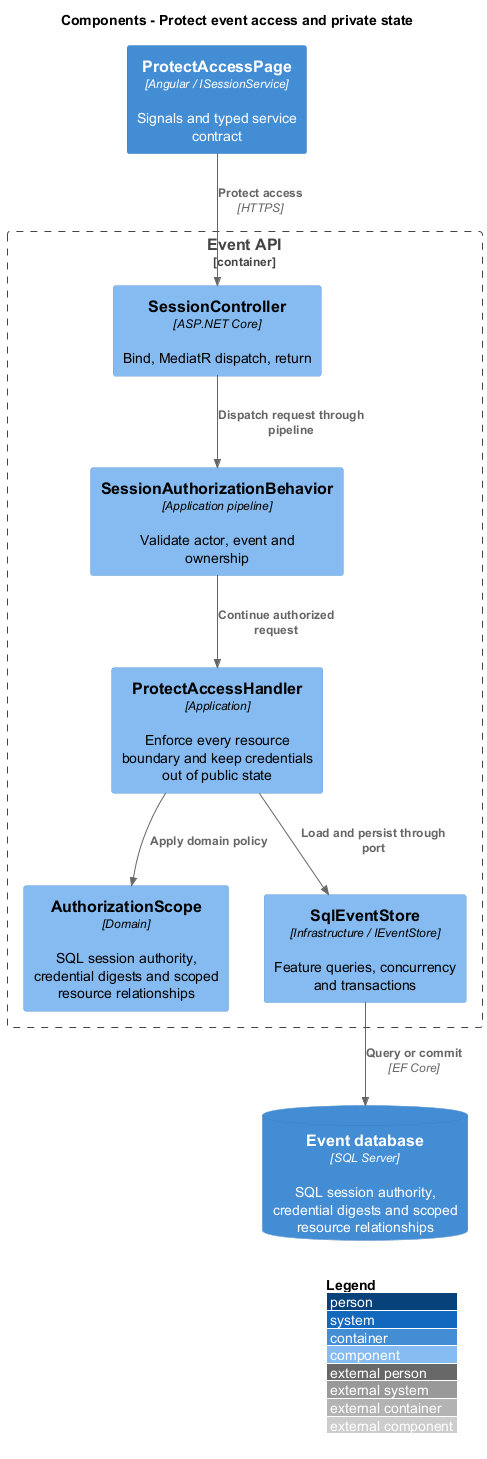
This is docs/detailed-designs/platform-security/protect-access/diagrams/c4-component.png from QuinntyneBrown/faithtech-toronto-ai-build-event, a PlantUML export, as it was before one commit.
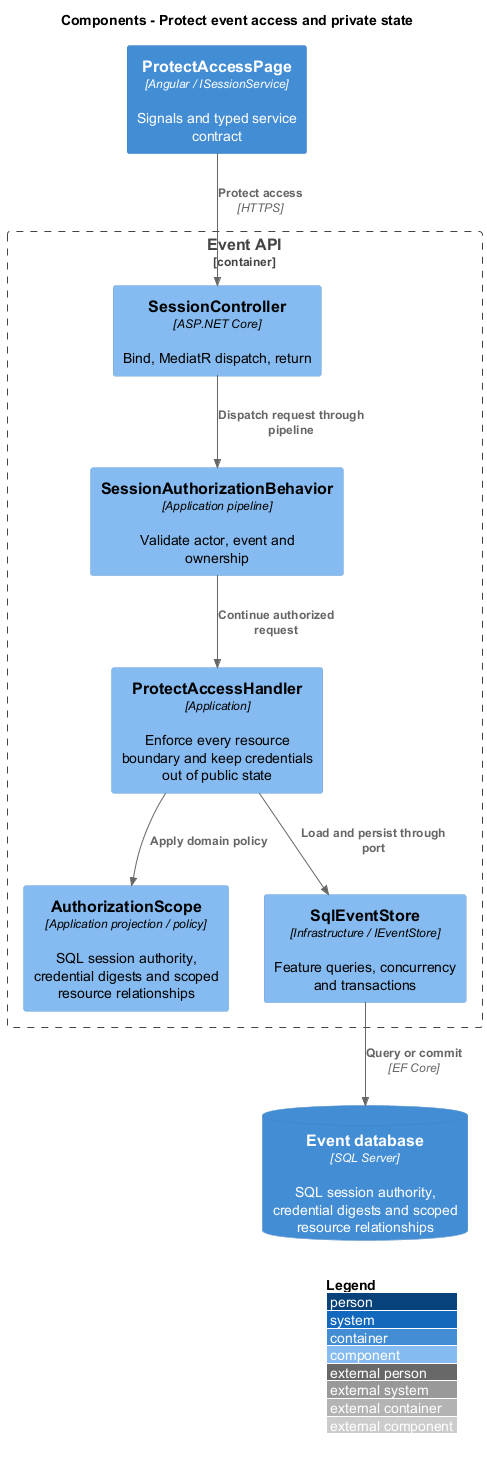
The same file after the commit.

What changed in the source:
```diff
@@ -7,7 +7,7 @@
 Component(ctrl, "SessionController", "ASP.NET Core", "Bind, MediatR dispatch, return")
 Component(gate, "SessionAuthorizationBehavior", "Application pipeline", "Validate actor, event and ownership")
 Component(handler, "ProtectAccessHandler", "Application", "Enforce every resource boundary and keep credentials out of public state")
-Component(entity, "AuthorizationScope", "Domain", "SQL session authority, credential digests and scoped resource relationships")
+Component(entity, "AuthorizationScope", "Application projection / policy", "SQL session authority, credential digests and scoped resource relationships")
 Component(store, "SqlEventStore", "Infrastructure / IEventStore", "Feature queries, concurrency and transactions")
 }
 ContainerDb(db, "Event database", "SQL Server", "SQL session authority, credential digests and scoped resource relationships")
```
